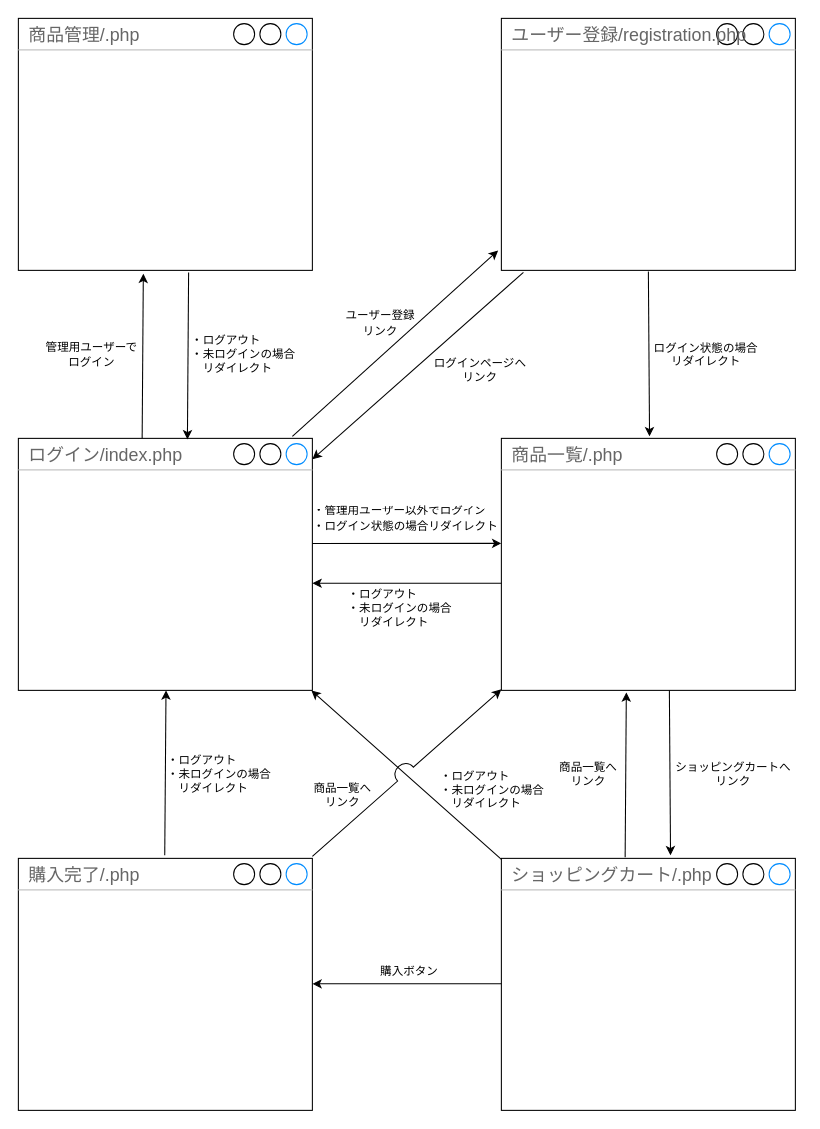
wakamyc701/dc_work_tamachi_wakamiya_PHP keeps this draw.io diagram as htdocs/ec_site/documents/transition.dio. Above is the earlier version. Source tidied: cells renumbered, new cells numbered last; positions are measured from the earlier drawing's top-left corner, leaving out a move shared by most shapes. Both pictures are drawn from the tidied source at 105%, with x=0, y=0 at pixel (18, 18).
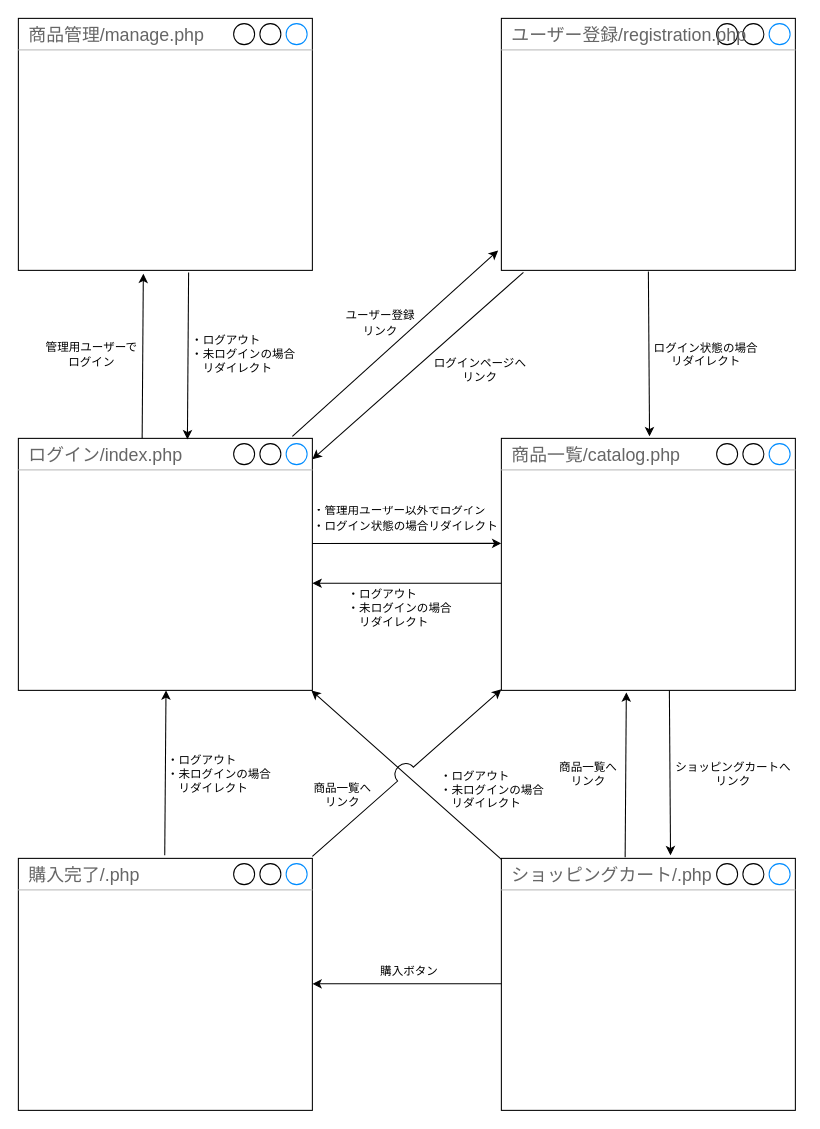
The same page after the edit.

Diff of the diagram source:
```diff
@@
-    <mxCell id="4" value="商品管理/.php" style="strokeWidth=1;shadow=0;dashed=0;align=center;html=1;shape=mxgraph.mockup.containers.window;align=left;verticalAlign=top;spacingLeft=8;strokeColor2=#008cff;strokeColor3=#c4c4c4;fontColor=#666666;mainText=;fontSize=17;labelBackgroundColor=none;" parent="1" vertex="1">
+    <mxCell id="4" value="商品管理/manage.php" style="strokeWidth=1;shadow=0;dashed=0;align=center;html=1;shape=mxgraph.mockup.containers.window;align=left;verticalAlign=top;spacingLeft=8;strokeColor2=#008cff;strokeColor3=#c4c4c4;fontColor=#666666;mainText=;fontSize=17;labelBackgroundColor=none;" parent="1" vertex="1">
       <mxGeometry width="280" height="240" as="geometry" />
     </mxCell>
-    <mxCell id="5" value="商品一覧/.php" style="strokeWidth=1;shadow=0;dashed=0;align=center;html=1;shape=mxgraph.mockup.containers.window;align=left;verticalAlign=top;spacingLeft=8;strokeColor2=#008cff;strokeColor3=#c4c4c4;fontColor=#666666;mainText=;fontSize=17;labelBackgroundColor=none;" parent="1" vertex="1">
+    <mxCell id="5" value="商品一覧/catalog.php" style="strokeWidth=1;shadow=0;dashed=0;align=center;html=1;shape=mxgraph.mockup.containers.window;align=left;verticalAlign=top;spacingLeft=8;strokeColor2=#008cff;strokeColor3=#c4c4c4;fontColor=#666666;mainText=;fontSize=17;labelBackgroundColor=none;" parent="1" vertex="1">
       <mxGeometry x="460" y="400" width="280" height="240" as="geometry" />
     </mxCell>
```
